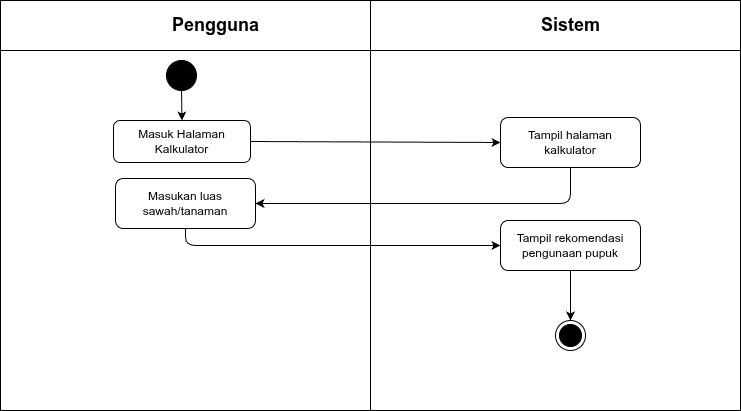
This is diagram/activity/pengguna/kalkulator-pupuk.png from RajaSunrise/kangkungku, a draw.io export, as it was before one commit. Source tidied: cells renumbered, new cells last; positions are measured from the earlier drawing's top-left corner, leaving out a move shared by most shapes.
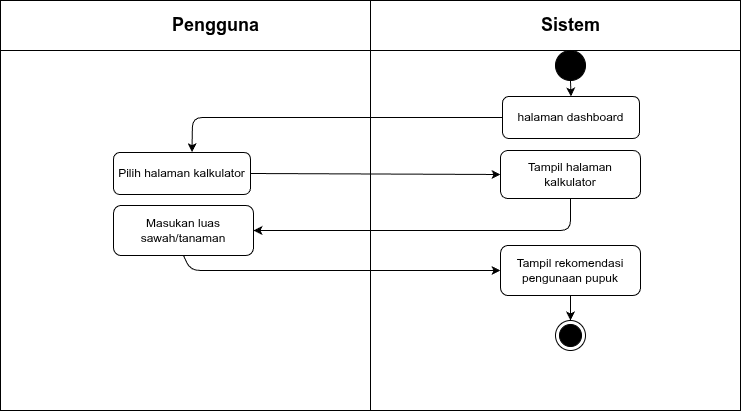
The same file after the commit.

Diff of the diagram source:
```diff
@@ -12,24 +12,31 @@
       <mxGeometry x="535" y="10" width="70" height="30" as="geometry" />
     </mxCell>
     <mxCell id="5" style="ellipse;whiteSpace=wrap;html=1;fillColor=#000000;strokeColor=#000000;" parent="1" vertex="1">
-      <mxGeometry x="166" y="60" width="30" height="30" as="geometry" />
+      <mxGeometry x="555" y="50" width="30" height="30" as="geometry" />
     </mxCell>
+    <mxCell id="15" style="edgeStyle=none;html=1;entryX=1;entryY=0.5;entryDx=0;entryDy=0;exitX=0.5;exitY=1;exitDx=0;exitDy=0;" parent="1" edge="1" source="6" target="8">
+      <mxGeometry relative="1" as="geometry">
+        <Array as="points">
+          <mxPoint x="570" y="230" />
+        </Array>
+      </mxGeometry>
+    </mxCell>
     <mxCell id="6" value="Tampil halaman kalkulator" style="rounded=1;whiteSpace=wrap;html=1;" parent="1" vertex="1">
-      <mxGeometry x="500" y="117" width="140" height="50" as="geometry" />
+      <mxGeometry x="500" y="150" width="140" height="48" as="geometry" />
     </mxCell>
-    <mxCell id="7" style="endArrow=classic;html=1;exitX=0.5;exitY=1;entryX=0.5;entryY=0;entryDx=0;entryDy=0;" parent="1" edge="1" source="5" target="13">
+    <mxCell id="7" style="endArrow=classic;html=1;exitX=0.5;exitY=1;entryX=0.5;entryY=0;entryDx=0;entryDy=0;" parent="1" edge="1" source="5" target="17">
       <mxGeometry relative="1" as="geometry" />
     </mxCell>
     <mxCell id="8" value="Masukan luas sawah/tanaman" style="rounded=1;whiteSpace=wrap;html=1;" parent="1" vertex="1">
-      <mxGeometry x="115" y="178" width="140" height="50" as="geometry" />
+      <mxGeometry x="113" y="205" width="140" height="50" as="geometry" />
     </mxCell>
     <mxCell id="9" value="Tampil rekomendasi pengunaan pupuk" style="rounded=1;whiteSpace=wrap;html=1;" parent="1" vertex="1">
-      <mxGeometry x="500" y="220" width="140" height="50" as="geometry" />
+      <mxGeometry x="500" y="245" width="140" height="50" as="geometry" />
     </mxCell>
     <mxCell id="10" style="endArrow=classic;html=1;exitX=0.5;exitY=1;entryX=0;entryY=0.5;" parent="1" edge="1" source="8" target="9">
       <mxGeometry relative="1" as="geometry">
         <Array as="points">
-          <mxPoint x="185" y="245" />
+          <mxPoint x="190" y="270" />
         </Array>
       </mxGeometry>
     </mxCell>
@@ -39,18 +46,21 @@
     <mxCell id="12" style="endArrow=classic;html=1;exitX=0.5;exitY=1;entryX=0.5;entryY=0;" parent="1" edge="1" source="9" target="11">
       <mxGeometry relative="1" as="geometry" />
     </mxCell>
+    <mxCell id="14" style="edgeStyle=none;html=1;exitX=1;exitY=0.5;exitDx=0;exitDy=0;entryX=0;entryY=0.5;entryDx=0;entryDy=0;" parent="1" edge="1" source="13" target="6">
+      <mxGeometry relative="1" as="geometry" />
+    </mxCell>
-    <mxCell id="13" value="Masuk Halaman Kalkulator" style="rounded=1;whiteSpace=wrap;html=1;" parent="1" vertex="1">
-      <mxGeometry x="113" y="120" width="137" height="42" as="geometry" />
+    <mxCell id="13" value="Pilih halaman kalkulator" style="rounded=1;whiteSpace=wrap;html=1;" parent="1" vertex="1">
+      <mxGeometry x="113" y="152" width="137" height="42" as="geometry" />
     </mxCell>
-    <mxCell id="14" style="endArrow=classic;html=1;exitX=1;exitY=0.5;exitDx=0;exitDy=0;entryX=0;entryY=0.5;entryDx=0;entryDy=0;" parent="1" edge="1" source="13" target="6">
-      <mxGeometry relative="1" as="geometry" />
-    </mxCell>
-    <mxCell id="15" style="endArrow=classic;html=1;exitX=0.5;exitY=1;exitDx=0;exitDy=0;entryX=1;entryY=0.5;entryDx=0;entryDy=0;" parent="1" edge="1" source="6" target="8">
-      <mxGeometry relative="1" as="geometry">
-        <Array as="points">
-          <mxPoint x="570" y="203" />
-        </Array>
-      </mxGeometry>
-    </mxCell>
+    <mxCell id="16" style="edgeStyle=none;html=1;exitX=0;exitY=0.5;exitDx=0;exitDy=0;entryX=0.573;entryY=-0.007;entryDx=0;entryDy=0;entryPerimeter=0;" parent="1" edge="1" source="17" target="13">
+      <mxGeometry relative="1" as="geometry">
+        <Array as="points">
+          <mxPoint x="192" y="117" />
+        </Array>
+      </mxGeometry>
+    </mxCell>
+    <mxCell id="17" value="halaman dashboard" style="rounded=1;whiteSpace=wrap;html=1;" parent="1" vertex="1">
+      <mxGeometry x="502" y="96" width="137" height="42" as="geometry" />
+    </mxCell>
   </root>
 </mxGraphModel>
```
